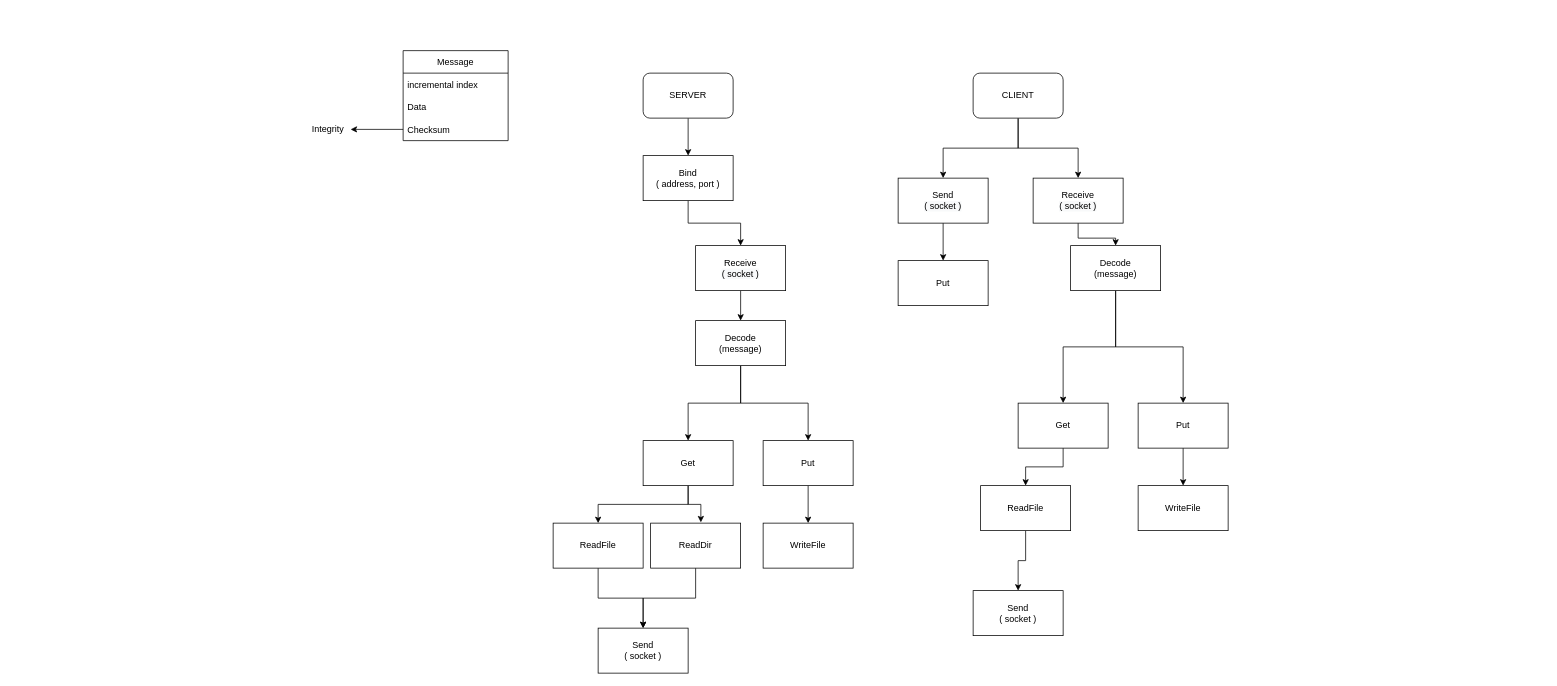
Earlier version of the draw.io diagram page "Page-1" (1 of 2) of Docs/Untitled.drawio (ItsTiz/Progetto-Reti). Source tidied: cells renumbered, new cells numbered last; positions are measured from the earlier drawing's top-left corner, leaving out a move shared by most shapes. Both pictures are drawn from the tidied source at 75%, with x=0, y=0 at pixel (305, 50).
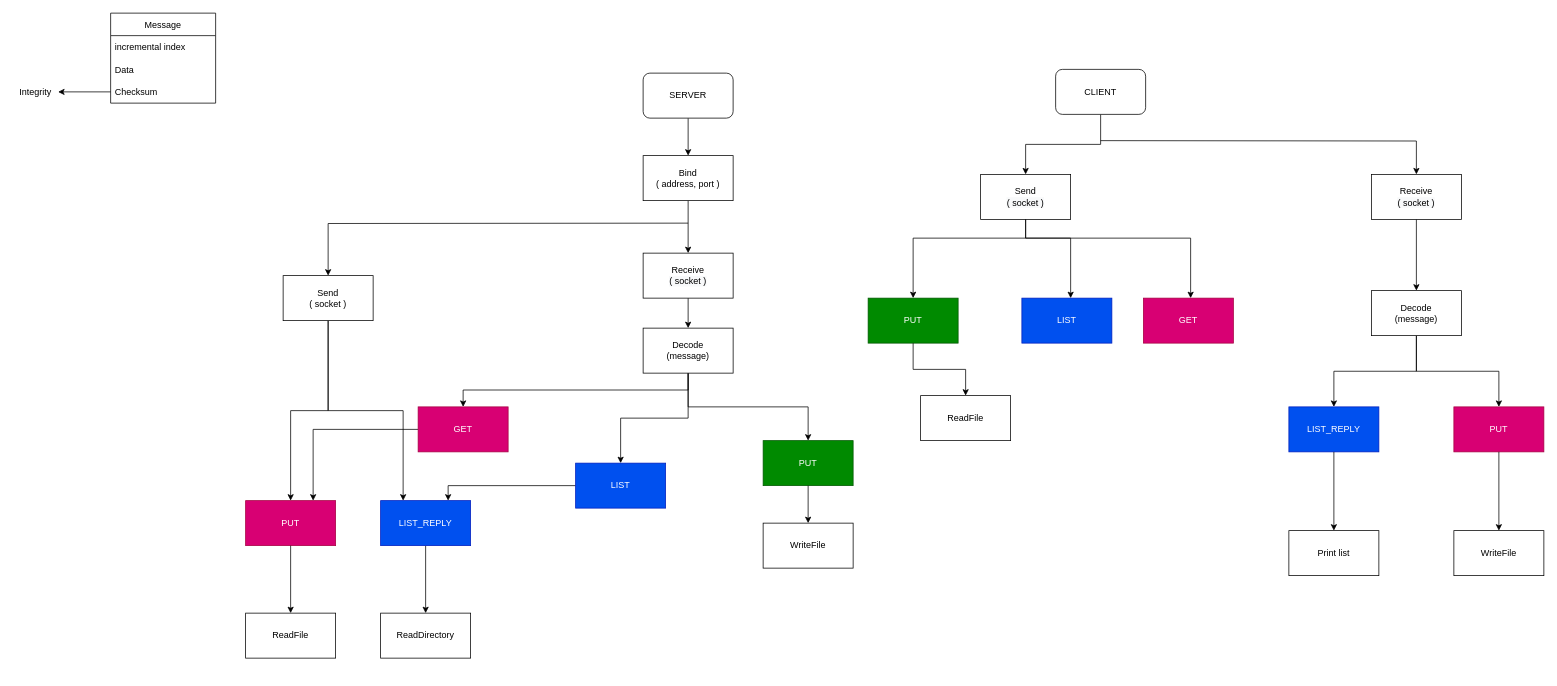
Above is the later version.

The change refers to these unchanged cells:
```xml
<mxCell id="20" value="WriteFile" style="rounded=0;whiteSpace=wrap;html=1;" parent="1" vertex="1">
  <mxGeometry x="610" y="630" width="120" height="60" as="geometry" />
</mxCell>
```

Diff of the diagram source:
```diff
@@
-    <mxCell id="5" style="edgeStyle=orthogonalEdgeStyle;rounded=0;jettySize=auto;html=1;" parent="1" edge="1" source="6" target="26">
-      <mxGeometry relative="1" as="geometry" />
+    <mxCell id="5" style="edgeStyle=orthogonalEdgeStyle;rounded=0;jettySize=auto;html=1;" parent="1" edge="1" target="26">
+      <mxGeometry relative="1" as="geometry">
+        <mxPoint x="1060" y="120" as="sourcePoint" />
+      </mxGeometry>
     </mxCell>
     <mxCell id="6" value="CLIENT" style="rounded=1;whiteSpace=wrap;html=1;" parent="1" vertex="1">
-      <mxGeometry x="890" y="30" width="120" height="60" as="geometry" />
+      <mxGeometry x="1000" y="25" width="120" height="60" as="geometry" />
     </mxCell>
@@
     <mxCell id="10" value="Receive&lt;br style=&quot;color: rgb(0, 0, 0); font-family: Helvetica; font-size: 12px; font-style: normal; font-variant-ligatures: normal; font-variant-caps: normal; font-weight: 400; letter-spacing: normal; orphans: 2; text-align: center; text-indent: 0px; text-transform: none; widows: 2; word-spacing: 0px; -webkit-text-stroke-width: 0px; background-color: rgb(248, 249, 250); text-decoration-thickness: initial; text-decoration-style: initial; text-decoration-color: initial;&quot;&gt;&lt;span style=&quot;color: rgb(0, 0, 0); font-family: Helvetica; font-size: 12px; font-style: normal; font-variant-ligatures: normal; font-variant-caps: normal; font-weight: 400; letter-spacing: normal; orphans: 2; text-align: center; text-indent: 0px; text-transform: none; widows: 2; word-spacing: 0px; -webkit-text-stroke-width: 0px; background-color: rgb(248, 249, 250); text-decoration-thickness: initial; text-decoration-style: initial; text-decoration-color: initial; float: none; display: inline !important;&quot;&gt;( socket )&lt;/span&gt;" style="rounded=0;whiteSpace=wrap;html=1;" parent="1" vertex="1">
-      <mxGeometry x="520" y="260" width="120" height="60" as="geometry" />
+      <mxGeometry x="450" y="270" width="120" height="60" as="geometry" />
     </mxCell>
+    <mxCell id="47" style="edgeStyle=orthogonalEdgeStyle;rounded=0;jettySize=auto;html=1;exitX=0.5;exitY=1;exitDx=0;exitDy=0;entryX=0.5;entryY=0;entryDx=0;entryDy=0;fontSize=18;" parent="1" edge="1" source="11" target="64">
+      <mxGeometry relative="1" as="geometry" />
+    </mxCell>
+    <mxCell id="48" style="edgeStyle=orthogonalEdgeStyle;rounded=0;jettySize=auto;html=1;exitX=0.5;exitY=1;exitDx=0;exitDy=0;entryX=0.25;entryY=0;entryDx=0;entryDy=0;fontSize=18;" parent="1" edge="1" source="11" target="67">
+      <mxGeometry relative="1" as="geometry" />
+    </mxCell>
     <mxCell id="11" value="Send&lt;br&gt;( socket )" style="rounded=0;whiteSpace=wrap;html=1;" parent="1" vertex="1">
-      <mxGeometry x="390" y="770" width="120" height="60" as="geometry" />
+      <mxGeometry x="-30" y="300" width="120" height="60" as="geometry" />
     </mxCell>
+    <mxCell id="49" style="edgeStyle=orthogonalEdgeStyle;rounded=0;jettySize=auto;html=1;exitX=0.5;exitY=1;exitDx=0;exitDy=0;entryX=0.5;entryY=0;entryDx=0;entryDy=0;fontSize=18;" parent="1" edge="1" source="14" target="54">
+      <mxGeometry relative="1" as="geometry" />
+    </mxCell>
+    <mxCell id="50" style="edgeStyle=orthogonalEdgeStyle;rounded=0;jettySize=auto;html=1;exitX=0.5;exitY=1;exitDx=0;exitDy=0;entryX=0.5;entryY=0;entryDx=0;entryDy=0;fontSize=18;" parent="1" edge="1" source="14" target="24">
+      <mxGeometry relative="1" as="geometry" />
+    </mxCell>
-    <mxCell id="12" style="edgeStyle=orthogonalEdgeStyle;rounded=0;jettySize=auto;html=1;entryX=0.5;entryY=0;entryDx=0;entryDy=0;" parent="1" edge="1" source="14" target="17">
+    <mxCell id="12" style="edgeStyle=orthogonalEdgeStyle;rounded=0;jettySize=auto;html=1;exitX=0.5;exitY=1;exitDx=0;exitDy=0;fontSize=18;entryX=0.5;entryY=0;entryDx=0;entryDy=0;" parent="1" edge="1" source="14" target="17">
       <mxGeometry relative="1" as="geometry" />
     </mxCell>
-    <mxCell id="13" style="edgeStyle=orthogonalEdgeStyle;rounded=0;jettySize=auto;html=1;entryX=0.5;entryY=0;entryDx=0;entryDy=0;" parent="1" edge="1" source="14" target="19">
-      <mxGeometry relative="1" as="geometry" />
-    </mxCell>
     <mxCell id="14" value="Decode&lt;br&gt;(message)" style="rounded=0;whiteSpace=wrap;html=1;" parent="1" vertex="1">
-      <mxGeometry x="520" y="360" width="120" height="60" as="geometry" />
+      <mxGeometry x="450" y="370" width="120" height="60" as="geometry" />
     </mxCell>
-    <mxCell id="15" style="edgeStyle=orthogonalEdgeStyle;rounded=0;jettySize=auto;html=1;entryX=0.5;entryY=0;entryDx=0;entryDy=0;" parent="1" edge="1" source="17" target="22">
-      <mxGeometry relative="1" as="geometry" />
-    </mxCell>
-    <mxCell id="16" style="edgeStyle=orthogonalEdgeStyle;rounded=0;jettySize=auto;html=1;entryX=0.558;entryY=-0.017;entryDx=0;entryDy=0;entryPerimeter=0;" parent="1" edge="1" source="17" target="24">
-      <mxGeometry relative="1" as="geometry" />
-    </mxCell>
+    <mxCell id="51" style="edgeStyle=orthogonalEdgeStyle;rounded=0;jettySize=auto;html=1;exitX=0;exitY=0.5;exitDx=0;exitDy=0;entryX=0.75;entryY=0;entryDx=0;entryDy=0;fontSize=18;" parent="1" edge="1" source="17" target="64">
+      <mxGeometry relative="1" as="geometry" />
+    </mxCell>
-    <mxCell id="17" value="Get" style="rounded=0;whiteSpace=wrap;html=1;" parent="1" vertex="1">
-      <mxGeometry x="450" y="520" width="120" height="60" as="geometry" />
+    <mxCell id="17" value="GET" style="rounded=0;whiteSpace=wrap;html=1;fillColor=#d80073;fontColor=#ffffff;strokeColor=#A50040;" parent="1" vertex="1">
+      <mxGeometry x="150" y="475" width="120" height="60" as="geometry" />
     </mxCell>
-    <mxCell id="18" style="edgeStyle=orthogonalEdgeStyle;rounded=0;jettySize=auto;html=1;entryX=0.5;entryY=0;entryDx=0;entryDy=0;" parent="1" edge="1" source="19" target="20">
-      <mxGeometry relative="1" as="geometry" />
-    </mxCell>
-    <mxCell id="19" value="Put" style="rounded=0;whiteSpace=wrap;html=1;" parent="1" vertex="1">
-      <mxGeometry x="610" y="520" width="120" height="60" as="geometry" />
-    </mxCell>
@@
-    <mxCell id="21" style="edgeStyle=orthogonalEdgeStyle;rounded=0;jettySize=auto;html=1;entryX=0.5;entryY=0;entryDx=0;entryDy=0;" parent="1" edge="1" source="22" target="11">
-      <mxGeometry relative="1" as="geometry" />
-    </mxCell>
-    <mxCell id="22" value="ReadFile" style="rounded=0;whiteSpace=wrap;html=1;" parent="1" vertex="1">
-      <mxGeometry x="330" y="630" width="120" height="60" as="geometry" />
-    </mxCell>
-    <mxCell id="23" style="edgeStyle=orthogonalEdgeStyle;rounded=0;jettySize=auto;html=1;" parent="1" edge="1" source="24" target="11">
-      <mxGeometry relative="1" as="geometry" />
-    </mxCell>
+    <mxCell id="52" style="edgeStyle=orthogonalEdgeStyle;rounded=0;jettySize=auto;html=1;exitX=0;exitY=0.5;exitDx=0;exitDy=0;entryX=0.75;entryY=0;entryDx=0;entryDy=0;fontSize=18;" parent="1" edge="1" source="24" target="67">
+      <mxGeometry relative="1" as="geometry" />
+    </mxCell>
-    <mxCell id="24" value="ReadDir" style="rounded=0;whiteSpace=wrap;html=1;" parent="1" vertex="1">
-      <mxGeometry x="460" y="630" width="120" height="60" as="geometry" />
+    <mxCell id="24" value="LIST" style="rounded=0;whiteSpace=wrap;html=1;fillColor=#0050ef;fontColor=#ffffff;strokeColor=#001DBC;" parent="1" vertex="1">
+      <mxGeometry x="360" y="550" width="120" height="60" as="geometry" />
     </mxCell>
@@
     <mxCell id="26" value="Receive&lt;br style=&quot;color: rgb(0, 0, 0); font-family: Helvetica; font-size: 12px; font-style: normal; font-variant-ligatures: normal; font-variant-caps: normal; font-weight: 400; letter-spacing: normal; orphans: 2; text-align: center; text-indent: 0px; text-transform: none; widows: 2; word-spacing: 0px; -webkit-text-stroke-width: 0px; background-color: rgb(248, 249, 250); text-decoration-thickness: initial; text-decoration-style: initial; text-decoration-color: initial;&quot;&gt;&lt;span style=&quot;color: rgb(0, 0, 0); font-family: Helvetica; font-size: 12px; font-style: normal; font-variant-ligatures: normal; font-variant-caps: normal; font-weight: 400; letter-spacing: normal; orphans: 2; text-align: center; text-indent: 0px; text-transform: none; widows: 2; word-spacing: 0px; -webkit-text-stroke-width: 0px; background-color: rgb(248, 249, 250); text-decoration-thickness: initial; text-decoration-style: initial; text-decoration-color: initial; float: none; display: inline !important;&quot;&gt;( socket )&lt;/span&gt;" style="rounded=0;whiteSpace=wrap;html=1;" parent="1" vertex="1">
-      <mxGeometry x="970" y="170" width="120" height="60" as="geometry" />
+      <mxGeometry x="1421" y="165" width="120" height="60" as="geometry" />
     </mxCell>
     <mxCell id="27" style="edgeStyle=orthogonalEdgeStyle;rounded=0;jettySize=auto;html=1;entryX=0.5;entryY=0;entryDx=0;entryDy=0;" parent="1" edge="1" source="28" target="40">
-      <mxGeometry relative="1" as="geometry" />
+      <mxGeometry relative="1" as="geometry">
+        <Array as="points">
+          <mxPoint x="960" y="250" />
+          <mxPoint x="810" y="250" />
+        </Array>
+      </mxGeometry>
     </mxCell>
     <mxCell id="28" value="Send&lt;br style=&quot;color: rgb(0, 0, 0); font-family: Helvetica; font-size: 12px; font-style: normal; font-variant-ligatures: normal; font-variant-caps: normal; font-weight: 400; letter-spacing: normal; orphans: 2; text-align: center; text-indent: 0px; text-transform: none; widows: 2; word-spacing: 0px; -webkit-text-stroke-width: 0px; background-color: rgb(248, 249, 250); text-decoration-thickness: initial; text-decoration-style: initial; text-decoration-color: initial;&quot;&gt;&lt;span style=&quot;color: rgb(0, 0, 0); font-family: Helvetica; font-size: 12px; font-style: normal; font-variant-ligatures: normal; font-variant-caps: normal; font-weight: 400; letter-spacing: normal; orphans: 2; text-align: center; text-indent: 0px; text-transform: none; widows: 2; word-spacing: 0px; -webkit-text-stroke-width: 0px; background-color: rgb(248, 249, 250); text-decoration-thickness: initial; text-decoration-style: initial; text-decoration-color: initial; float: none; display: inline !important;&quot;&gt;( socket )&lt;/span&gt;" style="rounded=0;whiteSpace=wrap;html=1;" parent="1" vertex="1">
-      <mxGeometry x="790" y="170" width="120" height="60" as="geometry" />
+      <mxGeometry x="900" y="165" width="120" height="60" as="geometry" />
     </mxCell>
@@
     <mxCell id="31" value="Decode&lt;br&gt;(message)" style="rounded=0;whiteSpace=wrap;html=1;" parent="1" vertex="1">
-      <mxGeometry x="1020" y="260" width="120" height="60" as="geometry" />
+      <mxGeometry x="1421" y="320" width="120" height="60" as="geometry" />
     </mxCell>
-    <mxCell id="32" value="Send&lt;br&gt;( socket )" style="rounded=0;whiteSpace=wrap;html=1;" parent="1" vertex="1">
-      <mxGeometry x="890" y="720" width="120" height="60" as="geometry" />
+    <mxCell id="32" value="Print list" style="rounded=0;whiteSpace=wrap;html=1;" parent="1" vertex="1">
+      <mxGeometry x="1311" y="640" width="120" height="60" as="geometry" />
     </mxCell>
-    <mxCell id="33" style="edgeStyle=orthogonalEdgeStyle;rounded=0;jettySize=auto;html=1;entryX=0.5;entryY=0;entryDx=0;entryDy=0;" parent="1" edge="1" source="34" target="39">
-      <mxGeometry relative="1" as="geometry" />
-    </mxCell>
-    <mxCell id="34" value="Get" style="rounded=0;whiteSpace=wrap;html=1;" parent="1" vertex="1">
-      <mxGeometry x="950" y="470" width="120" height="60" as="geometry" />
+    <mxCell id="34" value="LIST_REPLY" style="rounded=0;whiteSpace=wrap;html=1;fillColor=#0050ef;fontColor=#ffffff;strokeColor=#001DBC;" parent="1" vertex="1">
+      <mxGeometry x="1311" y="475" width="120" height="60" as="geometry" />
     </mxCell>
-    <mxCell id="35" style="edgeStyle=orthogonalEdgeStyle;rounded=0;jettySize=auto;html=1;entryX=0.5;entryY=0;entryDx=0;entryDy=0;" parent="1" edge="1" source="36" target="37">
-      <mxGeometry relative="1" as="geometry" />
-    </mxCell>
-    <mxCell id="36" value="Put" style="rounded=0;whiteSpace=wrap;html=1;" parent="1" vertex="1">
-      <mxGeometry x="1110" y="470" width="120" height="60" as="geometry" />
+    <mxCell id="36" value="PUT" style="rounded=0;whiteSpace=wrap;html=1;fillColor=#d80073;fontColor=#ffffff;strokeColor=#A50040;" parent="1" vertex="1">
+      <mxGeometry x="1531" y="475" width="120" height="60" as="geometry" />
     </mxCell>
     <mxCell id="37" value="WriteFile" style="rounded=0;whiteSpace=wrap;html=1;" parent="1" vertex="1">
-      <mxGeometry x="1110" y="580" width="120" height="60" as="geometry" />
+      <mxGeometry x="1531" y="640" width="120" height="60" as="geometry" />
     </mxCell>
-    <mxCell id="38" style="edgeStyle=orthogonalEdgeStyle;rounded=0;jettySize=auto;html=1;entryX=0.5;entryY=0;entryDx=0;entryDy=0;" parent="1" edge="1" source="39" target="32">
-      <mxGeometry relative="1" as="geometry" />
-    </mxCell>
-    <mxCell id="39" value="ReadFile" style="rounded=0;whiteSpace=wrap;html=1;" parent="1" vertex="1">
-      <mxGeometry x="900" y="580" width="120" height="60" as="geometry" />
-    </mxCell>
-    <mxCell id="40" value="Put" style="rounded=0;whiteSpace=wrap;html=1;" parent="1" vertex="1">
-      <mxGeometry x="790" y="280" width="120" height="60" as="geometry" />
+    <mxCell id="40" value="PUT" style="rounded=0;whiteSpace=wrap;html=1;fillColor=#008a00;fontColor=#ffffff;strokeColor=#005700;" parent="1" vertex="1">
+      <mxGeometry x="750" y="330" width="120" height="60" as="geometry" />
     </mxCell>
     <mxCell id="41" value="Message" style="swimlane;fontStyle=0;horizontal=1;startSize=30;fontSize=12;" parent="1" vertex="1">
-      <mxGeometry x="130" width="140" height="120" as="geometry" />
+      <mxGeometry x="-260" y="-50" width="140" height="120" as="geometry" />
     </mxCell>
@@
     <mxCell id="46" value="Integrity" style="text;html=1;strokeColor=none;fillColor=none;align=center;verticalAlign=middle;whiteSpace=wrap;rounded=0;fontSize=12;" parent="1" vertex="1">
-      <mxGeometry y="90" width="60" height="30" as="geometry" />
+      <mxGeometry x="-390" y="40" width="60" height="30" as="geometry" />
     </mxCell>
+    <mxCell id="53" value="ReadDirectory" style="rounded=0;whiteSpace=wrap;html=1;" parent="1" vertex="1">
+      <mxGeometry x="100" y="750" width="120" height="60" as="geometry" />
+    </mxCell>
+    <mxCell id="54" value="PUT" style="rounded=0;whiteSpace=wrap;html=1;fillColor=#008a00;fontColor=#ffffff;strokeColor=#005700;" parent="1" vertex="1">
+      <mxGeometry x="610" y="520" width="120" height="60" as="geometry" />
+    </mxCell>
+    <mxCell id="55" style="edgeStyle=orthogonalEdgeStyle;rounded=0;jettySize=auto;html=1;exitX=0.5;exitY=1;exitDx=0;exitDy=0;entryX=0.5;entryY=0;entryDx=0;entryDy=0;" parent="1" edge="1" source="54" target="20">
+      <mxGeometry relative="1" as="geometry" />
+    </mxCell>
+    <mxCell id="56" value="LIST" style="rounded=0;whiteSpace=wrap;html=1;fillColor=#0050ef;fontColor=#ffffff;strokeColor=#001DBC;" parent="1" vertex="1">
+      <mxGeometry x="955" y="330" width="120" height="60" as="geometry" />
+    </mxCell>
+    <mxCell id="57" style="edgeStyle=orthogonalEdgeStyle;rounded=0;jettySize=auto;html=1;entryX=0.542;entryY=0;entryDx=0;entryDy=0;entryPerimeter=0;" parent="1" edge="1" target="56">
+      <mxGeometry relative="1" as="geometry">
+        <mxPoint x="960" y="250" as="sourcePoint" />
+        <Array as="points">
+          <mxPoint x="1020" y="250" />
+        </Array>
+      </mxGeometry>
+    </mxCell>
+    <mxCell id="58" style="edgeStyle=orthogonalEdgeStyle;rounded=0;jettySize=auto;html=1;entryX=0.5;entryY=0;entryDx=0;entryDy=0;exitX=0.5;exitY=1;exitDx=0;exitDy=0;" parent="1" edge="1" source="34" target="32">
+      <mxGeometry relative="1" as="geometry" />
+    </mxCell>
+    <mxCell id="35" style="edgeStyle=orthogonalEdgeStyle;rounded=0;jettySize=auto;html=1;entryX=0.5;entryY=0;entryDx=0;entryDy=0;exitX=0.5;exitY=1;exitDx=0;exitDy=0;" parent="1" edge="1" source="36" target="37">
+      <mxGeometry relative="1" as="geometry" />
+    </mxCell>
+    <mxCell id="59" style="edgeStyle=orthogonalEdgeStyle;rounded=0;jettySize=auto;html=1;entryX=0.5;entryY=0;entryDx=0;entryDy=0;exitX=0.5;exitY=1;exitDx=0;exitDy=0;" parent="1" edge="1" source="40" target="60">
+      <mxGeometry relative="1" as="geometry" />
+    </mxCell>
+    <mxCell id="60" value="ReadFile" style="rounded=0;whiteSpace=wrap;html=1;" parent="1" vertex="1">
+      <mxGeometry x="820" y="460" width="120" height="60" as="geometry" />
+    </mxCell>
+    <mxCell id="61" style="edgeStyle=orthogonalEdgeStyle;rounded=0;jettySize=auto;html=1;entryX=0.542;entryY=0;entryDx=0;entryDy=0;entryPerimeter=0;exitX=0.5;exitY=1;exitDx=0;exitDy=0;" parent="1" edge="1" source="28">
+      <mxGeometry relative="1" as="geometry">
+        <mxPoint x="1180" y="330" as="targetPoint" />
+        <Array as="points">
+          <mxPoint x="960" y="250" />
+          <mxPoint x="1180" y="250" />
+        </Array>
+      </mxGeometry>
+    </mxCell>
+    <mxCell id="62" value="GET" style="rounded=0;whiteSpace=wrap;html=1;fillColor=#d80073;fontColor=#ffffff;strokeColor=#A50040;" parent="1" vertex="1">
+      <mxGeometry x="1117" y="330" width="120" height="60" as="geometry" />
+    </mxCell>
+    <mxCell id="63" style="edgeStyle=orthogonalEdgeStyle;rounded=0;jettySize=auto;html=1;entryX=0.5;entryY=0;entryDx=0;entryDy=0;" parent="1" edge="1" target="11">
+      <mxGeometry relative="1" as="geometry">
+        <mxPoint x="510" y="230" as="sourcePoint" />
+      </mxGeometry>
+    </mxCell>
+    <mxCell id="64" value="PUT" style="rounded=0;whiteSpace=wrap;html=1;fillColor=#d80073;fontColor=#ffffff;strokeColor=#A50040;" parent="1" vertex="1">
+      <mxGeometry x="-80" y="600" width="120" height="60" as="geometry" />
+    </mxCell>
+    <mxCell id="65" style="edgeStyle=orthogonalEdgeStyle;rounded=0;jettySize=auto;html=1;entryX=0.5;entryY=0;entryDx=0;entryDy=0;exitX=0.5;exitY=1;exitDx=0;exitDy=0;" parent="1" edge="1" source="64" target="68">
+      <mxGeometry relative="1" as="geometry" />
+    </mxCell>
+    <mxCell id="66" style="edgeStyle=orthogonalEdgeStyle;rounded=0;jettySize=auto;html=1;exitX=0.5;exitY=1;exitDx=0;exitDy=0;fontSize=18;entryX=0.5;entryY=0;entryDx=0;entryDy=0;" parent="1" edge="1" source="67" target="53">
+      <mxGeometry relative="1" as="geometry" />
+    </mxCell>
+    <mxCell id="67" value="LIST_REPLY" style="rounded=0;whiteSpace=wrap;html=1;fillColor=#0050ef;fontColor=#ffffff;strokeColor=#001DBC;" parent="1" vertex="1">
+      <mxGeometry x="100" y="600" width="120" height="60" as="geometry" />
+    </mxCell>
+    <mxCell id="68" value="ReadFile" style="rounded=0;whiteSpace=wrap;html=1;" parent="1" vertex="1">
+      <mxGeometry x="-80" y="750" width="120" height="60" as="geometry" />
+    </mxCell>
```
